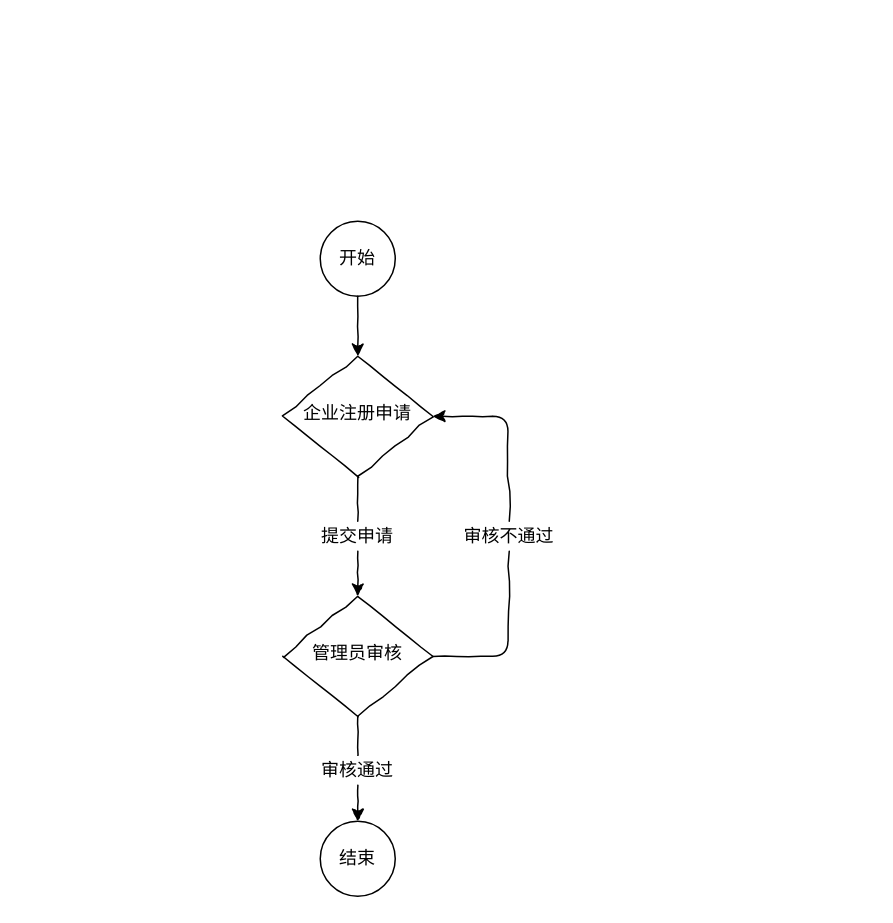
The draw.io diagram Untitled Diagram.drawio in gishys/NM.Template, before the edit. Source tidied: cells renumbered, new cells numbered last; positions are measured from the earlier drawing's top-left corner, leaving out a move shared by most shapes. Both pictures are drawn from the tidied source at 150%, with x=0, y=0 at pixel (282, 220).
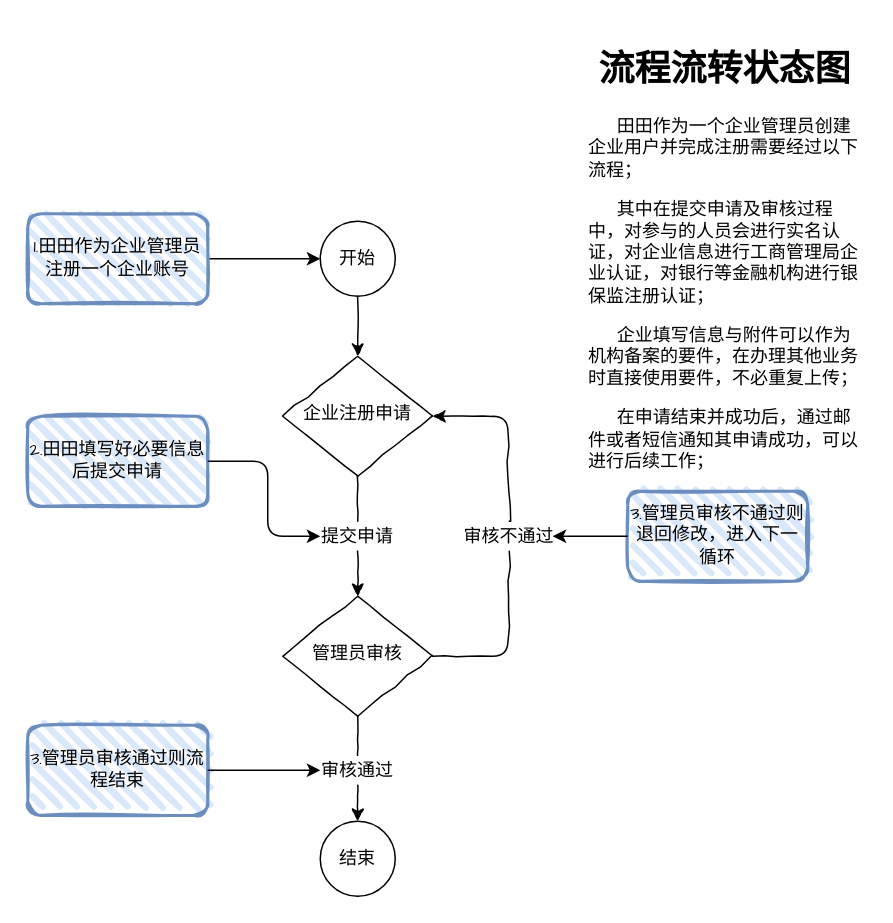
The same page after the edit.

The change refers to these unchanged cells:
```xml
<mxCell id="4" value="开始" style="ellipse;whiteSpace=wrap;html=1;comic=1;" parent="1" vertex="1">
  <mxGeometry x="25" width="50" height="50" as="geometry" />
</mxCell>
<mxCell id="8" value="提交申请" style="text;html=1;strokeColor=none;fillColor=none;align=center;verticalAlign=middle;whiteSpace=wrap;rounded=0;labelBackgroundColor=none;comic=1;" parent="1" vertex="1">
  <mxGeometry x="25" y="200" width="50" height="20" as="geometry" />
</mxCell>
<mxCell id="13" value="审核通过" style="text;html=1;strokeColor=none;fillColor=none;align=center;verticalAlign=middle;whiteSpace=wrap;rounded=0;labelBackgroundColor=none;comic=1;" parent="1" vertex="1">
  <mxGeometry x="25" y="356" width="50" height="20" as="geometry" />
</mxCell>
```

The edit, as a diff of the source:
```diff
@@
+    <mxCell id="16" style="endArrow=classic;html=1;fontFamily=Comic Sans MS;fontSize=12;exitX=1;exitY=0.5;exitDx=0;exitDy=0;entryX=0;entryY=0.5;entryDx=0;entryDy=0;" parent="1" edge="1" target="4">
+      <mxGeometry relative="1" as="geometry">
+        <mxPoint x="-50" y="25" as="sourcePoint" />
+      </mxGeometry>
+    </mxCell>
+    <mxCell id="17" value="1.田田作为企业管理员注册一个企业账号" style="rounded=1;whiteSpace=wrap;html=1;strokeWidth=2;fillWeight=4;hachureGap=8;hachureAngle=45;fillColor=#dae8fc;sketch=1;shadow=0;comic=1;fontFamily=Comic Sans MS;fontSize=12;align=center;strokeColor=#6c8ebf;" parent="1" vertex="1">
+      <mxGeometry x="-170" y="-5" width="120" height="60" as="geometry" />
+    </mxCell>
+    <mxCell id="18" value="2.田田填写好必要信息后提交申请" style="rounded=1;whiteSpace=wrap;html=1;strokeWidth=2;fillWeight=4;hachureGap=8;hachureAngle=45;fillColor=#dae8fc;sketch=1;shadow=0;comic=1;fontFamily=Comic Sans MS;fontSize=12;align=center;strokeColor=#6c8ebf;" parent="1" vertex="1">
+      <mxGeometry x="-170" y="130" width="120" height="60" as="geometry" />
+    </mxCell>
+    <mxCell id="19" style="endArrow=classic;html=1;fontFamily=Comic Sans MS;fontSize=12;exitX=1;exitY=0.5;exitDx=0;exitDy=0;entryX=0;entryY=0.5;entryDx=0;entryDy=0;" parent="1" edge="1" source="18" target="8">
+      <mxGeometry relative="1" as="geometry">
+        <Array as="points">
+          <mxPoint x="-10" y="160" />
+          <mxPoint x="-10" y="210" />
+        </Array>
+      </mxGeometry>
+    </mxCell>
+    <mxCell id="20" value="3.管理员审核通过则流程结束" style="rounded=1;whiteSpace=wrap;html=1;strokeWidth=2;fillWeight=4;hachureGap=8;hachureAngle=45;fillColor=#dae8fc;sketch=1;shadow=0;comic=1;fontFamily=Comic Sans MS;fontSize=12;align=center;strokeColor=#6c8ebf;" parent="1" vertex="1">
+      <mxGeometry x="-170" y="336" width="120" height="60" as="geometry" />
+    </mxCell>
+    <mxCell id="21" style="endArrow=classic;html=1;fontFamily=Comic Sans MS;fontSize=12;entryX=0;entryY=0.5;entryDx=0;entryDy=0;exitX=1;exitY=0.5;exitDx=0;exitDy=0;" parent="1" edge="1" source="20" target="13">
+      <mxGeometry relative="1" as="geometry" />
+    </mxCell>
+    <mxCell id="22" value="3.管理员审核不通过则退回修改，进入下一循环" style="rounded=1;whiteSpace=wrap;html=1;strokeWidth=2;fillWeight=4;hachureGap=8;hachureAngle=45;fillColor=#dae8fc;sketch=1;shadow=0;comic=1;fontFamily=Comic Sans MS;fontSize=12;align=center;strokeColor=#6c8ebf;" parent="1" vertex="1">
+      <mxGeometry x="230" y="180" width="120" height="60" as="geometry" />
+    </mxCell>
+    <mxCell id="23" style="endArrow=classic;html=1;fontFamily=Comic Sans MS;fontSize=12;exitX=0;exitY=0.5;exitDx=0;exitDy=0;" parent="1" edge="1" source="22">
+      <mxGeometry relative="1" as="geometry">
+        <mxPoint x="180" y="210" as="targetPoint" />
+      </mxGeometry>
+    </mxCell>
+    <mxCell id="24" value="&lt;h1&gt;流程流转状态图&lt;br&gt;&lt;/h1&gt;&lt;p align=&quot;left&quot;&gt;&amp;nbsp;&amp;nbsp;&amp;nbsp; 田田作为一个企业管理员创建企业用户并完成注册需要经过以下流程；&lt;/p&gt;&lt;p align=&quot;left&quot;&gt;&amp;nbsp;&amp;nbsp;&amp;nbsp; 其中在提交申请及审核过程中，对参与的人员会进行实名认证，对企业信息进行工商管理局企业认证，对银行等金融机构进行银保监注册认证；&lt;/p&gt;&lt;p align=&quot;left&quot;&gt;&amp;nbsp;&amp;nbsp;&amp;nbsp; 企业填写信息与附件可以作为机构备案的要件，在办理其他业务时直接使用要件，不必重复上传；&lt;/p&gt;&lt;p align=&quot;left&quot;&gt;&amp;nbsp;&amp;nbsp;&amp;nbsp; 在申请结束并成功后，通过邮件或者短信通知其申请成功，可以进行后续工作；&lt;br&gt;&lt;/p&gt;" style="text;html=1;strokeColor=none;fillColor=none;spacing=5;spacingTop=-20;whiteSpace=wrap;overflow=hidden;rounded=0;shadow=0;comic=1;fontFamily=Comic Sans MS;fontSize=12;align=center;" parent="1" vertex="1">
+      <mxGeometry x="200" y="-120" width="190" height="290" as="geometry" />
+    </mxCell>
```
